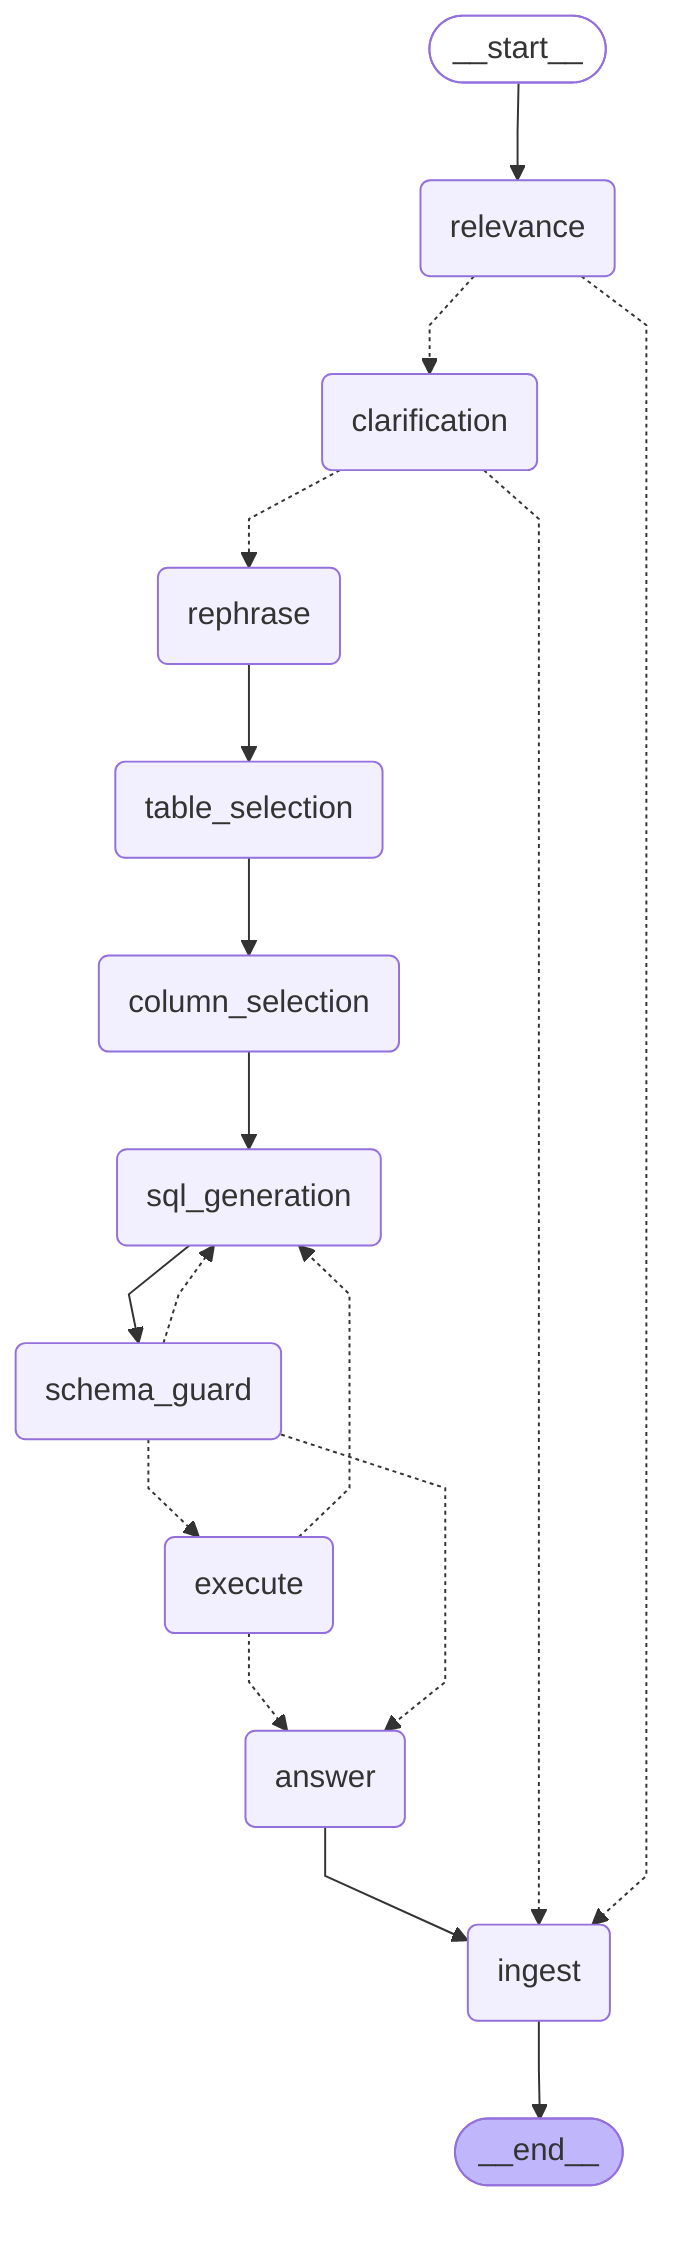
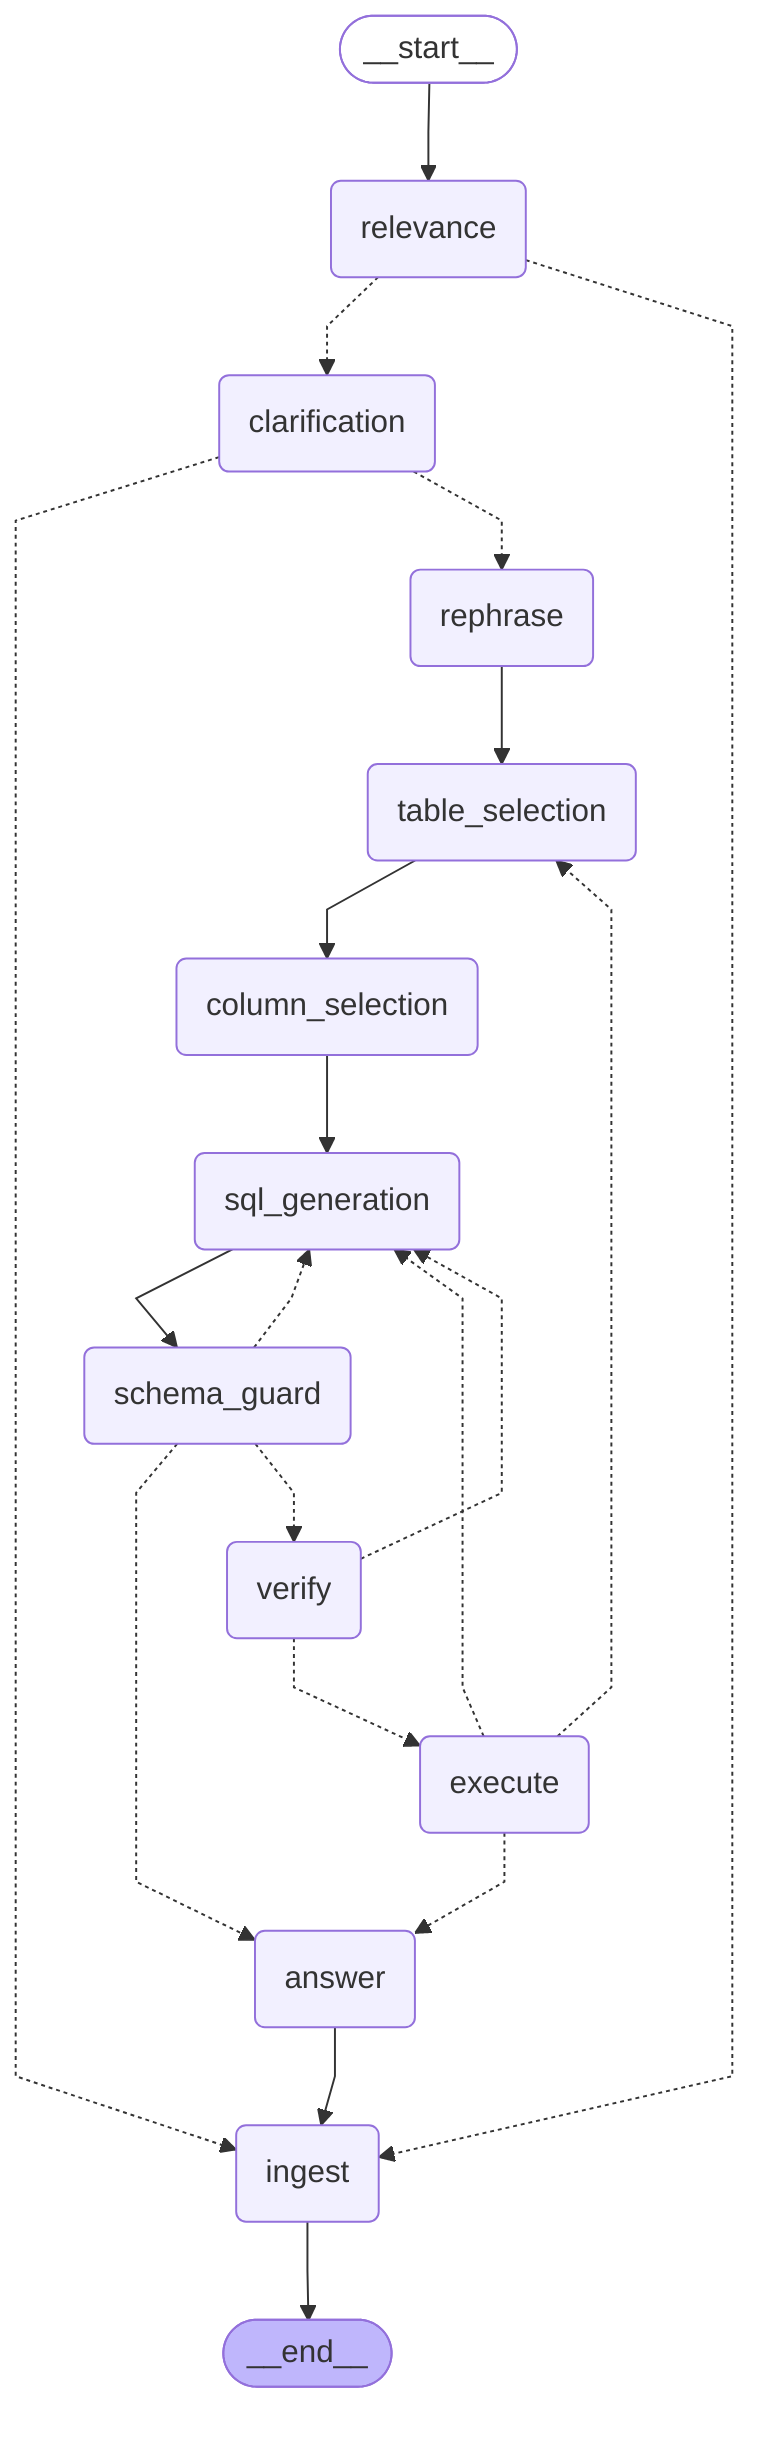
---
config:
  flowchart:
    curve: linear
---
graph TD;
	__start__([<p>__start__</p>]):::first
	relevance(relevance)
	clarification(clarification)
	rephrase(rephrase)
	table_selection(table_selection)
	column_selection(column_selection)
	sql_generation(sql_generation)
	schema_guard(schema_guard)
+ 	verify(verify)
	execute(execute)
	answer(answer)
	ingest(ingest)
	__end__([<p>__end__</p>]):::last
	__start__ --> relevance;
	answer --> ingest;
	clarification -.-> ingest;
	clarification -.-> rephrase;
	column_selection --> sql_generation;
	execute -.-> answer;
	execute -.-> sql_generation;
+ 	execute -.-> table_selection;
	relevance -.-> clarification;
	relevance -.-> ingest;
	rephrase --> table_selection;
	schema_guard -.-> answer;
- 	schema_guard -.-> execute;
	schema_guard -.-> sql_generation;
+ 	schema_guard -.-> verify;
	sql_generation --> schema_guard;
	table_selection --> column_selection;
+ 	verify -.-> execute;
+ 	verify -.-> sql_generation;
	ingest --> __end__;
	classDef default fill:#f2f0ff,line-height:1.2
	classDef first fill-opacity:0
	classDef last fill:#bfb6fc
